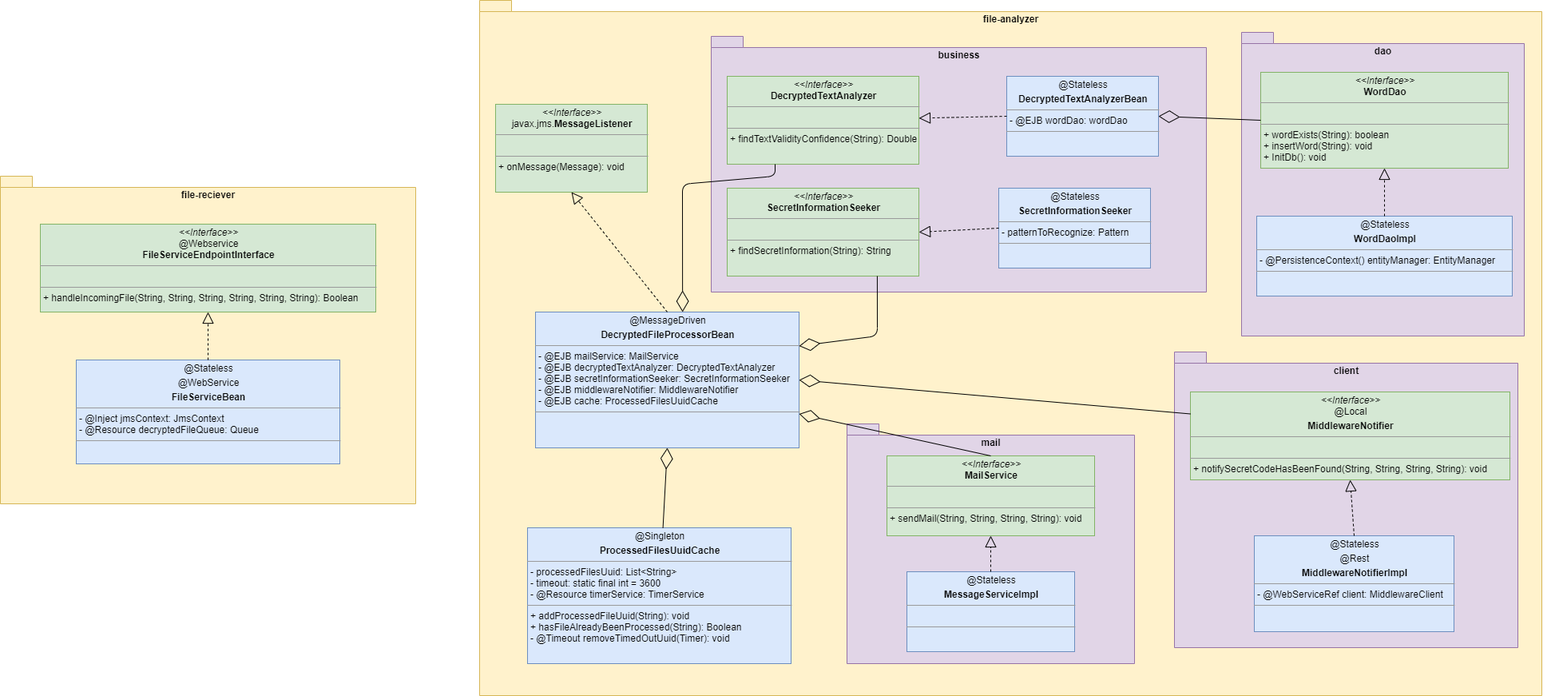
Before: UML/JEE class diagram.png, a diagram exported from draw.io (Gabz18/Cesi-Advanced-Development-Project). Source tidied: cells renumbered, new cells last; positions are measured from the earlier drawing's top-left corner, leaving out a move shared by most shapes.
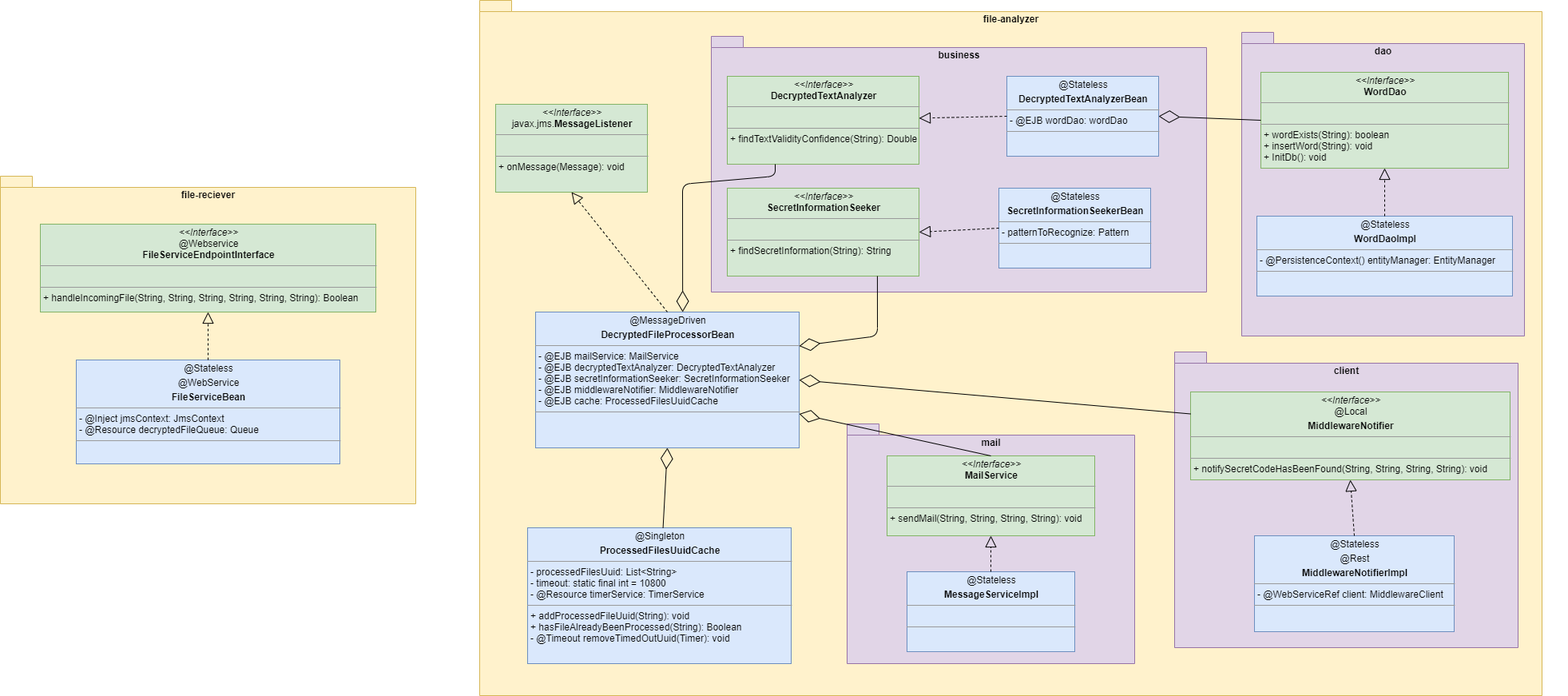
Later version of the same file.

Diff of the diagram source:
```diff
@@ -44,7 +44,7 @@
     <mxCell id="15" value="&lt;p style=&quot;margin: 0px ; margin-top: 4px ; text-align: center&quot;&gt;&lt;i&gt;&amp;lt;&amp;lt;Interface&amp;gt;&amp;gt;&lt;/i&gt;&lt;br&gt;&lt;b&gt;SecretInformationSeeker&lt;/b&gt;&lt;/p&gt;&lt;hr size=&quot;1&quot;&gt;&lt;p style=&quot;margin: 0px ; margin-left: 4px&quot;&gt;&lt;br&gt;&lt;/p&gt;&lt;hr size=&quot;1&quot;&gt;&lt;p style=&quot;margin: 0px ; margin-left: 4px&quot;&gt;+ findSecretInformation(String): String&lt;/p&gt;" style="verticalAlign=top;align=left;overflow=fill;fontSize=12;fontFamily=Helvetica;html=1;fillColor=#d5e8d4;strokeColor=#82b366;" parent="11" vertex="1">
       <mxGeometry x="20" y="190" width="240" height="110" as="geometry" />
     </mxCell>
-    <mxCell id="16" value="&lt;p style=&quot;margin: 0px ; margin-top: 4px ; text-align: center&quot;&gt;@Stateless&lt;/p&gt;&lt;p style=&quot;margin: 0px ; margin-top: 4px ; text-align: center&quot;&gt;&lt;b&gt;SecretInformationSeeker&lt;/b&gt;&lt;/p&gt;&lt;hr size=&quot;1&quot;&gt;&lt;p style=&quot;margin: 0px ; margin-left: 4px&quot;&gt;- patternToRecognize: Pattern&lt;/p&gt;&lt;hr size=&quot;1&quot;&gt;&lt;p style=&quot;margin: 0px ; margin-left: 4px&quot;&gt;&lt;br&gt;&lt;/p&gt;&lt;p style=&quot;margin: 0px ; margin-left: 4px&quot;&gt;&lt;br&gt;&lt;/p&gt;" style="verticalAlign=top;align=left;overflow=fill;fontSize=12;fontFamily=Helvetica;html=1;fillColor=#dae8fc;strokeColor=#6c8ebf;" parent="11" vertex="1">
+    <mxCell id="16" value="&lt;p style=&quot;margin: 0px ; margin-top: 4px ; text-align: center&quot;&gt;@Stateless&lt;/p&gt;&lt;p style=&quot;margin: 0px ; margin-top: 4px ; text-align: center&quot;&gt;&lt;b&gt;SecretInformationSeekerBean&lt;/b&gt;&lt;/p&gt;&lt;hr size=&quot;1&quot;&gt;&lt;p style=&quot;margin: 0px ; margin-left: 4px&quot;&gt;- patternToRecognize: Pattern&lt;/p&gt;&lt;hr size=&quot;1&quot;&gt;&lt;p style=&quot;margin: 0px ; margin-left: 4px&quot;&gt;&lt;br&gt;&lt;/p&gt;&lt;p style=&quot;margin: 0px ; margin-left: 4px&quot;&gt;&lt;br&gt;&lt;/p&gt;" style="verticalAlign=top;align=left;overflow=fill;fontSize=12;fontFamily=Helvetica;html=1;fillColor=#dae8fc;strokeColor=#6c8ebf;" parent="11" vertex="1">
       <mxGeometry x="360" y="190" width="190" height="100" as="geometry" />
     </mxCell>
     <mxCell id="17" style="endArrow=block;dashed=1;endFill=0;endSize=12;html=1;exitX=0;exitY=0.5;exitDx=0;exitDy=0;" parent="11" edge="1" source="14" target="13">
@@ -103,7 +103,7 @@
     <mxCell id="33" style="endArrow=diamondThin;endFill=0;endSize=24;html=1;entryX=1;entryY=0.75;entryDx=0;entryDy=0;exitX=0.5;exitY=0;exitDx=0;exitDy=0;" parent="1" edge="1" source="30" target="4">
       <mxGeometry relative="1" as="geometry" />
     </mxCell>
-    <mxCell id="34" value="&lt;p style=&quot;margin: 0px ; margin-top: 4px ; text-align: center&quot;&gt;@Singleton&lt;/p&gt;&lt;p style=&quot;margin: 0px ; margin-top: 4px ; text-align: center&quot;&gt;&lt;b&gt;ProcessedFilesUuidCache&lt;/b&gt;&lt;/p&gt;&lt;hr size=&quot;1&quot;&gt;&lt;p style=&quot;margin: 0px ; margin-left: 4px&quot;&gt;&lt;/p&gt;&lt;p style=&quot;margin: 0px ; margin-left: 4px&quot;&gt;- processedFilesUuid: List&amp;lt;String&amp;gt;&lt;/p&gt;&lt;p style=&quot;margin: 0px ; margin-left: 4px&quot;&gt;- timeout: static final int = 3600&lt;/p&gt;&lt;p style=&quot;margin: 0px ; margin-left: 4px&quot;&gt;- @Resource timerService: TimerService&lt;/p&gt;&lt;hr size=&quot;1&quot;&gt;&lt;p style=&quot;margin: 0px 0px 0px 4px&quot;&gt;+ addProcessedFileUuid(String): void&lt;/p&gt;&lt;p style=&quot;margin: 0px 0px 0px 4px&quot;&gt;+ hasFileAlreadyBeenProcessed(String): Boolean&lt;/p&gt;&lt;p style=&quot;margin: 0px 0px 0px 4px&quot;&gt;- @Timeout removeTimedOutUuid(Timer): void&lt;/p&gt;" style="verticalAlign=top;align=left;overflow=fill;fontSize=12;fontFamily=Helvetica;html=1;fillColor=#dae8fc;strokeColor=#6c8ebf;" parent="1" vertex="1">
+    <mxCell id="34" value="&lt;p style=&quot;margin: 0px ; margin-top: 4px ; text-align: center&quot;&gt;@Singleton&lt;/p&gt;&lt;p style=&quot;margin: 0px ; margin-top: 4px ; text-align: center&quot;&gt;&lt;b&gt;ProcessedFilesUuidCache&lt;/b&gt;&lt;/p&gt;&lt;hr size=&quot;1&quot;&gt;&lt;p style=&quot;margin: 0px ; margin-left: 4px&quot;&gt;&lt;/p&gt;&lt;p style=&quot;margin: 0px ; margin-left: 4px&quot;&gt;- processedFilesUuid: List&amp;lt;String&amp;gt;&lt;/p&gt;&lt;p style=&quot;margin: 0px ; margin-left: 4px&quot;&gt;- timeout: static final int = 10800&lt;/p&gt;&lt;p style=&quot;margin: 0px ; margin-left: 4px&quot;&gt;- @Resource timerService: TimerService&lt;/p&gt;&lt;hr size=&quot;1&quot;&gt;&lt;p style=&quot;margin: 0px 0px 0px 4px&quot;&gt;+ addProcessedFileUuid(String): void&lt;/p&gt;&lt;p style=&quot;margin: 0px 0px 0px 4px&quot;&gt;+ hasFileAlreadyBeenProcessed(String): Boolean&lt;/p&gt;&lt;p style=&quot;margin: 0px 0px 0px 4px&quot;&gt;- @Timeout removeTimedOutUuid(Timer): void&lt;/p&gt;" style="verticalAlign=top;align=left;overflow=fill;fontSize=12;fontFamily=Helvetica;html=1;fillColor=#dae8fc;strokeColor=#6c8ebf;" parent="1" vertex="1">
       <mxGeometry x="660" y="660" width="330" height="170" as="geometry" />
     </mxCell>
     <mxCell id="35" style="endArrow=diamondThin;endFill=0;endSize=24;html=1;entryX=0.5;entryY=1;entryDx=0;entryDy=0;" parent="1" edge="1" source="34" target="4">
```
